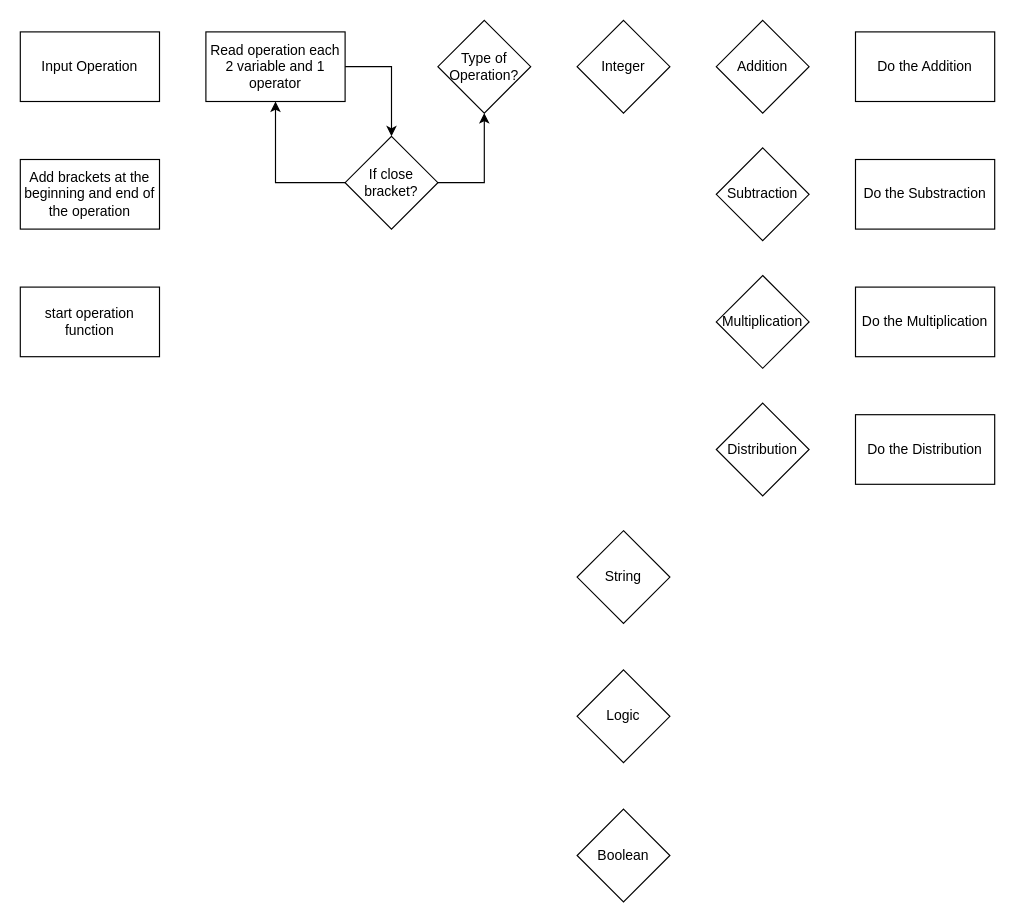
This is Flowchart_Operation.drawio from reeuze/Make-a-New-Language-Using-Python, a draw.io file, before an edit. Source tidied: cells renumbered, new cells numbered last; positions are measured from the earlier drawing's top-left corner, leaving out a move shared by most shapes. Both pictures are drawn from the tidied source at 116%, with x=0, y=0 at pixel (20, 20).
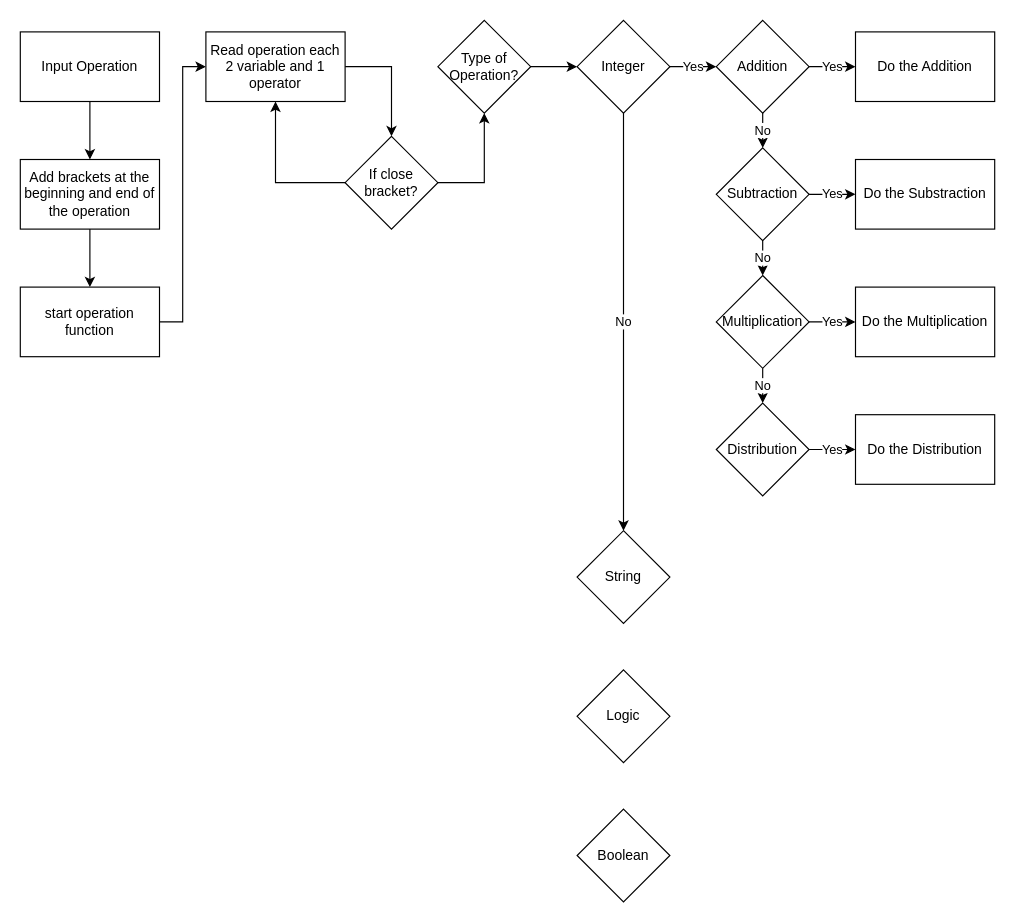
After the change.

Unchanged cells that the change refers to:
```xml
<mxCell id="2" value="Input Operation" style="rounded=0;whiteSpace=wrap;html=1;" parent="1" vertex="1">
  <mxGeometry y="10" width="120" height="60" as="geometry" />
</mxCell>
<mxCell id="3" value="Add brackets at the beginning and end of the operation" style="rounded=0;whiteSpace=wrap;html=1;" parent="1" vertex="1">
  <mxGeometry y="120" width="120" height="60" as="geometry" />
</mxCell>
<mxCell id="4" value="start operation function" style="rounded=0;whiteSpace=wrap;html=1;" parent="1" vertex="1">
  <mxGeometry y="230" width="120" height="60" as="geometry" />
</mxCell>
<mxCell id="6" value="Read operation each&lt;br&gt;2 variable and 1 operator" style="rounded=0;whiteSpace=wrap;html=1;" parent="1" vertex="1">
  <mxGeometry x="160" y="10" width="120" height="60" as="geometry" />
</mxCell>
<mxCell id="10" value="Type of Operation?" style="rhombus;whiteSpace=wrap;html=1;" parent="1" vertex="1">
  <mxGeometry x="360" width="80" height="80" as="geometry" />
</mxCell>
<mxCell id="11" value="Integer" style="rhombus;whiteSpace=wrap;html=1;" parent="1" vertex="1">
  <mxGeometry x="480" width="80" height="80" as="geometry" />
</mxCell>
<mxCell id="12" value="String" style="rhombus;whiteSpace=wrap;html=1;" parent="1" vertex="1">
  <mxGeometry x="480" y="440" width="80" height="80" as="geometry" />
</mxCell>
<mxCell id="15" value="Subtraction" style="rhombus;whiteSpace=wrap;html=1;" parent="1" vertex="1">
  <mxGeometry x="600" y="110" width="80" height="80" as="geometry" />
</mxCell>
<mxCell id="16" value="Addition" style="rhombus;whiteSpace=wrap;html=1;" parent="1" vertex="1">
  <mxGeometry x="600" width="80" height="80" as="geometry" />
</mxCell>
<mxCell id="17" value="Multiplication" style="rhombus;whiteSpace=wrap;html=1;" parent="1" vertex="1">
  <mxGeometry x="600" y="220" width="80" height="80" as="geometry" />
</mxCell>
<mxCell id="18" value="Distribution" style="rhombus;whiteSpace=wrap;html=1;" parent="1" vertex="1">
  <mxGeometry x="600" y="330" width="80" height="80" as="geometry" />
</mxCell>
<mxCell id="19" value="Do the Addition" style="rounded=0;whiteSpace=wrap;html=1;" parent="1" vertex="1">
  <mxGeometry x="720" y="10" width="120" height="60" as="geometry" />
</mxCell>
<mxCell id="20" value="Do the Substraction" style="rounded=0;whiteSpace=wrap;html=1;" parent="1" vertex="1">
  <mxGeometry x="720" y="120" width="120" height="60" as="geometry" />
</mxCell>
<mxCell id="21" value="Do the Multiplication" style="rounded=0;whiteSpace=wrap;html=1;" parent="1" vertex="1">
  <mxGeometry x="720" y="230" width="120" height="60" as="geometry" />
</mxCell>
<mxCell id="22" value="Do the Distribution" style="rounded=0;whiteSpace=wrap;html=1;" parent="1" vertex="1">
  <mxGeometry x="720" y="340" width="120" height="60" as="geometry" />
</mxCell>
```

Change to the diagram source:
```diff
@@
+    <mxCell id="23" style="edgeStyle=orthogonalEdgeStyle;rounded=0;jettySize=auto;html=1;entryX=0.5;entryY=0;entryDx=0;entryDy=0;" parent="1" edge="1" source="2" target="3">
+      <mxGeometry relative="1" as="geometry" />
+    </mxCell>
@@
+    <mxCell id="24" style="edgeStyle=orthogonalEdgeStyle;rounded=0;jettySize=auto;html=1;" parent="1" edge="1" source="3" target="4">
+      <mxGeometry relative="1" as="geometry" />
+    </mxCell>
@@
+    <mxCell id="25" style="edgeStyle=orthogonalEdgeStyle;rounded=0;jettySize=auto;html=1;entryX=0;entryY=0.5;entryDx=0;entryDy=0;" parent="1" edge="1" source="4" target="6">
+      <mxGeometry relative="1" as="geometry" />
+    </mxCell>
@@
+    <mxCell id="26" style="edgeStyle=orthogonalEdgeStyle;rounded=0;jettySize=auto;html=1;entryX=0;entryY=0.5;entryDx=0;entryDy=0;" parent="1" edge="1" source="10" target="11">
+      <mxGeometry relative="1" as="geometry" />
+    </mxCell>
@@
+    <mxCell id="27" value="Yes" style="edgeStyle=orthogonalEdgeStyle;rounded=0;jettySize=auto;html=1;entryX=0;entryY=0.5;entryDx=0;entryDy=0;" parent="1" edge="1" source="11" target="16">
+      <mxGeometry relative="1" as="geometry" />
+    </mxCell>
+    <mxCell id="28" value="No" style="edgeStyle=orthogonalEdgeStyle;rounded=0;jettySize=auto;html=1;entryX=0.5;entryY=0;entryDx=0;entryDy=0;" parent="1" edge="1" source="11" target="12">
+      <mxGeometry relative="1" as="geometry" />
+    </mxCell>
@@
+    <mxCell id="29" value="No" style="edgeStyle=orthogonalEdgeStyle;rounded=0;jettySize=auto;html=1;entryX=0.5;entryY=0;entryDx=0;entryDy=0;" parent="1" edge="1" source="15" target="17">
+      <mxGeometry relative="1" as="geometry" />
+    </mxCell>
+    <mxCell id="30" value="Yes" style="edgeStyle=orthogonalEdgeStyle;rounded=0;jettySize=auto;html=1;entryX=0;entryY=0.5;entryDx=0;entryDy=0;" parent="1" edge="1" source="15" target="20">
+      <mxGeometry relative="1" as="geometry" />
+    </mxCell>
@@
+    <mxCell id="31" value="No" style="edgeStyle=orthogonalEdgeStyle;rounded=0;jettySize=auto;html=1;" parent="1" edge="1" source="16" target="15">
+      <mxGeometry relative="1" as="geometry" />
+    </mxCell>
+    <mxCell id="32" value="Yes" style="edgeStyle=orthogonalEdgeStyle;rounded=0;jettySize=auto;html=1;entryX=0;entryY=0.5;entryDx=0;entryDy=0;" parent="1" edge="1" source="16" target="19">
+      <mxGeometry relative="1" as="geometry" />
+    </mxCell>
@@
+    <mxCell id="33" value="No" style="edgeStyle=orthogonalEdgeStyle;rounded=0;jettySize=auto;html=1;" parent="1" edge="1" source="17" target="18">
+      <mxGeometry relative="1" as="geometry" />
+    </mxCell>
+    <mxCell id="34" value="Yes" style="edgeStyle=orthogonalEdgeStyle;rounded=0;jettySize=auto;html=1;entryX=0;entryY=0.5;entryDx=0;entryDy=0;" parent="1" edge="1" source="17" target="21">
+      <mxGeometry relative="1" as="geometry" />
+    </mxCell>
@@
+    <mxCell id="35" value="Yes" style="edgeStyle=orthogonalEdgeStyle;rounded=0;jettySize=auto;html=1;entryX=0;entryY=0.5;entryDx=0;entryDy=0;" parent="1" edge="1" source="18" target="22">
+      <mxGeometry relative="1" as="geometry" />
+    </mxCell>
```
